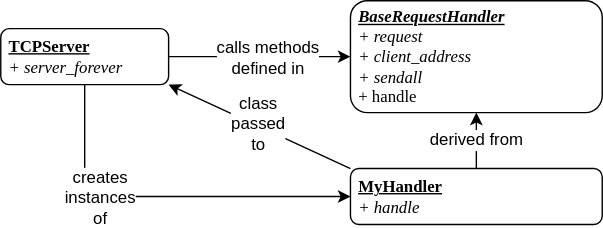
The draw.io diagram docs/ftp/inheritance.svg in gvwilson/sdxpy, before a commit. Source tidied: cells renumbered, new cells last; positions are measured from the earlier drawing's top-left corner, leaving out a move shared by most shapes. The source it was exported from:
```xml
<mxGraphModel>
  <root>
    <mxCell id="0" />
    <mxCell id="1" parent="0" />
    <mxCell id="2" value="&lt;div style=&quot;font-size: 12px;&quot;&gt;&lt;b style=&quot;font-size: 12px;&quot;&gt;&lt;u style=&quot;font-style: normal; font-size: 12px;&quot;&gt;TCPServer&lt;/u&gt;&lt;/b&gt;&lt;/div&gt;&lt;div style=&quot;font-size: 12px;&quot;&gt;&lt;span style=&quot;background-color: initial; font-size: 12px;&quot;&gt;+ server_forever&lt;/span&gt;&lt;/div&gt;" style="text;html=1;strokeColor=default;fillColor=none;align=left;verticalAlign=middle;whiteSpace=wrap;rounded=1;hachureGap=4;fontFamily=Verdana;fontSize=12;fontStyle=2;spacingLeft=4;" parent="1" vertex="1">
      <mxGeometry y="20" width="120" height="40" as="geometry" />
    </mxCell>
    <mxCell id="3" value="&lt;div style=&quot;font-size: 12px;&quot;&gt;&lt;span style=&quot;background-color: initial; font-size: 12px;&quot;&gt;&lt;b style=&quot;font-size: 12px;&quot;&gt;&lt;u style=&quot;font-size: 12px;&quot;&gt;&lt;span style=&quot;font-size: 12px;&quot;&gt;BaseRequestHandler&lt;/span&gt;&lt;/u&gt;&lt;/b&gt;&lt;/span&gt;&lt;/div&gt;&lt;div style=&quot;font-size: 12px;&quot;&gt;&lt;span style=&quot;background-color: initial; font-size: 12px;&quot;&gt;&lt;span style=&quot;font-size: 12px;&quot;&gt;+ request&lt;/span&gt;&lt;/span&gt;&lt;/div&gt;&lt;div style=&quot;font-size: 12px;&quot;&gt;&lt;span style=&quot;background-color: initial; font-size: 12px;&quot;&gt;&lt;span style=&quot;font-size: 12px;&quot;&gt;+ client_address&lt;/span&gt;&lt;/span&gt;&lt;/div&gt;&lt;div style=&quot;font-size: 12px;&quot;&gt;&lt;span style=&quot;background-color: initial; font-size: 12px;&quot;&gt;&lt;span style=&quot;font-size: 12px;&quot;&gt;+ sendall&lt;/span&gt;&lt;/span&gt;&lt;/div&gt;&lt;div style=&quot;font-size: 12px;&quot;&gt;&lt;span style=&quot;font-style: normal;&quot;&gt;+ handle&lt;/span&gt;&lt;/div&gt;" style="text;html=1;strokeColor=default;fillColor=none;align=left;verticalAlign=middle;whiteSpace=wrap;rounded=1;hachureGap=4;fontFamily=Verdana;fontSize=12;fontStyle=2;spacingLeft=4;" parent="1" vertex="1">
      <mxGeometry x="250" width="180" height="80" as="geometry" />
    </mxCell>
    <mxCell id="4" value="&lt;div style=&quot;font-size: 12px;&quot;&gt;&lt;span style=&quot;background-color: initial; font-size: 12px;&quot;&gt;&lt;b style=&quot;font-size: 12px;&quot;&gt;&lt;u style=&quot;font-size: 12px;&quot;&gt;&lt;span style=&quot;font-size: 12px; font-style: normal;&quot;&gt;MyHandler&lt;/span&gt;&lt;/u&gt;&lt;/b&gt;&lt;/span&gt;&lt;/div&gt;&lt;div style=&quot;font-size: 12px;&quot;&gt;&lt;span style=&quot;background-color: initial;&quot;&gt;+ handle&lt;/span&gt;&lt;br&gt;&lt;/div&gt;" style="text;html=1;strokeColor=default;fillColor=none;align=left;verticalAlign=middle;whiteSpace=wrap;rounded=1;hachureGap=4;fontFamily=Verdana;fontSize=12;fontStyle=2;spacingLeft=4;" parent="1" vertex="1">
      <mxGeometry x="250" y="120" width="180" height="40" as="geometry" />
    </mxCell>
    <mxCell id="5" value="&lt;font style=&quot;font-size: 12px;&quot;&gt;derived from&lt;/font&gt;" style="endArrow=classic;html=1;rounded=0;exitX=0.5;exitY=0;exitDx=0;exitDy=0;entryX=0.5;entryY=1;entryDx=0;entryDy=0;" parent="1" edge="1" source="4" target="3">
      <mxGeometry relative="1" as="geometry" />
    </mxCell>
    <mxCell id="6" style="endArrow=classic;html=1;rounded=0;exitX=1;exitY=0.5;exitDx=0;exitDy=0;entryX=0;entryY=0.5;entryDx=0;entryDy=0;" parent="1" edge="1" source="2" target="3">
      <mxGeometry relative="1" as="geometry" />
    </mxCell>
    <mxCell id="7" value="&lt;font style=&quot;font-size: 12px;&quot;&gt;calls methods&lt;br&gt;defined in&lt;/font&gt;" style="edgeLabel;html=1;align=center;verticalAlign=middle;" parent="6" vertex="1">
      <mxGeometry x="0.07" y="-2" relative="1" as="geometry">
        <mxPoint y="-2" as="offset" />
      </mxGeometry>
    </mxCell>
    <mxCell id="8" style="endArrow=classic;html=1;rounded=0;entryX=1;entryY=1;entryDx=0;entryDy=0;exitX=0;exitY=0;exitDx=0;exitDy=0;" parent="1" edge="1" source="4" target="2">
      <mxGeometry relative="1" as="geometry" />
    </mxCell>
    <mxCell id="9" value="&lt;font style=&quot;font-size: 12px;&quot;&gt;class&lt;br&gt;passed&lt;br&gt;to&lt;/font&gt;" style="edgeLabel;html=1;align=center;verticalAlign=middle;" parent="8" vertex="1">
      <mxGeometry x="0.03" y="-2" relative="1" as="geometry" />
    </mxCell>
    <mxCell id="10" style="endArrow=classic;html=1;rounded=1;exitX=0.5;exitY=1;exitDx=0;exitDy=0;entryX=0;entryY=0.5;entryDx=0;entryDy=0;" parent="1" edge="1" source="2" target="4">
      <mxGeometry relative="1" as="geometry">
        <Array as="points">
          <mxPoint x="60" y="140" />
        </Array>
      </mxGeometry>
    </mxCell>
    <mxCell id="11" value="&lt;font style=&quot;font-size: 12px;&quot;&gt;creates&lt;br&gt;instances&lt;br&gt;of&lt;/font&gt;" style="edgeLabel;html=1;align=center;verticalAlign=middle;" parent="10" vertex="1">
      <mxGeometry x="-0.13" relative="1" as="geometry">
        <mxPoint x="-27" as="offset" />
      </mxGeometry>
    </mxCell>
  </root>
</mxGraphModel>
```
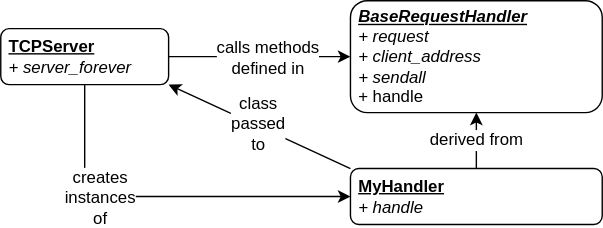
After the change.

The edit, as a diff of the source:
```diff
@@ -2,40 +2,40 @@
   <root>
     <mxCell id="0" />
     <mxCell id="1" parent="0" />
-    <mxCell id="2" value="&lt;div style=&quot;font-size: 12px;&quot;&gt;&lt;b style=&quot;font-size: 12px;&quot;&gt;&lt;u style=&quot;font-style: normal; font-size: 12px;&quot;&gt;TCPServer&lt;/u&gt;&lt;/b&gt;&lt;/div&gt;&lt;div style=&quot;font-size: 12px;&quot;&gt;&lt;span style=&quot;background-color: initial; font-size: 12px;&quot;&gt;+ server_forever&lt;/span&gt;&lt;/div&gt;" style="text;html=1;strokeColor=default;fillColor=none;align=left;verticalAlign=middle;whiteSpace=wrap;rounded=1;hachureGap=4;fontFamily=Verdana;fontSize=12;fontStyle=2;spacingLeft=4;" parent="1" vertex="1">
+    <mxCell id="2" value="&lt;div style=&quot;font-size: 12px;&quot;&gt;&lt;b style=&quot;font-size: 12px;&quot;&gt;&lt;u style=&quot;font-style: normal; font-size: 12px;&quot;&gt;TCPServer&lt;/u&gt;&lt;/b&gt;&lt;/div&gt;&lt;div style=&quot;font-size: 12px;&quot;&gt;&lt;span style=&quot;background-color: initial; font-size: 12px;&quot;&gt;+ server_forever&lt;/span&gt;&lt;/div&gt;" style="text;html=1;strokeColor=default;fillColor=none;align=left;verticalAlign=middle;whiteSpace=wrap;rounded=1;hachureGap=4;fontFamily=Helvetica;fontSize=12;fontStyle=2;spacingLeft=4;" parent="1" vertex="1">
       <mxGeometry y="20" width="120" height="40" as="geometry" />
     </mxCell>
-    <mxCell id="3" value="&lt;div style=&quot;font-size: 12px;&quot;&gt;&lt;span style=&quot;background-color: initial; font-size: 12px;&quot;&gt;&lt;b style=&quot;font-size: 12px;&quot;&gt;&lt;u style=&quot;font-size: 12px;&quot;&gt;&lt;span style=&quot;font-size: 12px;&quot;&gt;BaseRequestHandler&lt;/span&gt;&lt;/u&gt;&lt;/b&gt;&lt;/span&gt;&lt;/div&gt;&lt;div style=&quot;font-size: 12px;&quot;&gt;&lt;span style=&quot;background-color: initial; font-size: 12px;&quot;&gt;&lt;span style=&quot;font-size: 12px;&quot;&gt;+ request&lt;/span&gt;&lt;/span&gt;&lt;/div&gt;&lt;div style=&quot;font-size: 12px;&quot;&gt;&lt;span style=&quot;background-color: initial; font-size: 12px;&quot;&gt;&lt;span style=&quot;font-size: 12px;&quot;&gt;+ client_address&lt;/span&gt;&lt;/span&gt;&lt;/div&gt;&lt;div style=&quot;font-size: 12px;&quot;&gt;&lt;span style=&quot;background-color: initial; font-size: 12px;&quot;&gt;&lt;span style=&quot;font-size: 12px;&quot;&gt;+ sendall&lt;/span&gt;&lt;/span&gt;&lt;/div&gt;&lt;div style=&quot;font-size: 12px;&quot;&gt;&lt;span style=&quot;font-style: normal;&quot;&gt;+ handle&lt;/span&gt;&lt;/div&gt;" style="text;html=1;strokeColor=default;fillColor=none;align=left;verticalAlign=middle;whiteSpace=wrap;rounded=1;hachureGap=4;fontFamily=Verdana;fontSize=12;fontStyle=2;spacingLeft=4;" parent="1" vertex="1">
+    <mxCell id="3" value="&lt;div style=&quot;font-size: 12px;&quot;&gt;&lt;span style=&quot;background-color: initial; font-size: 12px;&quot;&gt;&lt;b style=&quot;font-size: 12px;&quot;&gt;&lt;u style=&quot;font-size: 12px;&quot;&gt;&lt;span style=&quot;font-size: 12px;&quot;&gt;BaseRequestHandler&lt;/span&gt;&lt;/u&gt;&lt;/b&gt;&lt;/span&gt;&lt;/div&gt;&lt;div style=&quot;font-size: 12px;&quot;&gt;&lt;span style=&quot;background-color: initial; font-size: 12px;&quot;&gt;&lt;span style=&quot;font-size: 12px;&quot;&gt;+ request&lt;/span&gt;&lt;/span&gt;&lt;/div&gt;&lt;div style=&quot;font-size: 12px;&quot;&gt;&lt;span style=&quot;background-color: initial; font-size: 12px;&quot;&gt;&lt;span style=&quot;font-size: 12px;&quot;&gt;+ client_address&lt;/span&gt;&lt;/span&gt;&lt;/div&gt;&lt;div style=&quot;font-size: 12px;&quot;&gt;&lt;span style=&quot;background-color: initial; font-size: 12px;&quot;&gt;&lt;span style=&quot;font-size: 12px;&quot;&gt;+ sendall&lt;/span&gt;&lt;/span&gt;&lt;/div&gt;&lt;div style=&quot;font-size: 12px;&quot;&gt;&lt;span style=&quot;font-style: normal; font-size: 12px;&quot;&gt;+ handle&lt;/span&gt;&lt;/div&gt;" style="text;html=1;strokeColor=default;fillColor=none;align=left;verticalAlign=middle;whiteSpace=wrap;rounded=1;hachureGap=4;fontFamily=Helvetica;fontSize=12;fontStyle=2;spacingLeft=4;" parent="1" vertex="1">
       <mxGeometry x="250" width="180" height="80" as="geometry" />
     </mxCell>
-    <mxCell id="4" value="&lt;div style=&quot;font-size: 12px;&quot;&gt;&lt;span style=&quot;background-color: initial; font-size: 12px;&quot;&gt;&lt;b style=&quot;font-size: 12px;&quot;&gt;&lt;u style=&quot;font-size: 12px;&quot;&gt;&lt;span style=&quot;font-size: 12px; font-style: normal;&quot;&gt;MyHandler&lt;/span&gt;&lt;/u&gt;&lt;/b&gt;&lt;/span&gt;&lt;/div&gt;&lt;div style=&quot;font-size: 12px;&quot;&gt;&lt;span style=&quot;background-color: initial;&quot;&gt;+ handle&lt;/span&gt;&lt;br&gt;&lt;/div&gt;" style="text;html=1;strokeColor=default;fillColor=none;align=left;verticalAlign=middle;whiteSpace=wrap;rounded=1;hachureGap=4;fontFamily=Verdana;fontSize=12;fontStyle=2;spacingLeft=4;" parent="1" vertex="1">
+    <mxCell id="4" value="&lt;div style=&quot;font-size: 12px;&quot;&gt;&lt;span style=&quot;background-color: initial; font-size: 12px;&quot;&gt;&lt;b style=&quot;font-size: 12px;&quot;&gt;&lt;u style=&quot;font-size: 12px;&quot;&gt;&lt;span style=&quot;font-size: 12px; font-style: normal;&quot;&gt;MyHandler&lt;/span&gt;&lt;/u&gt;&lt;/b&gt;&lt;/span&gt;&lt;/div&gt;&lt;div style=&quot;font-size: 12px;&quot;&gt;&lt;span style=&quot;background-color: initial; font-size: 12px;&quot;&gt;+ handle&lt;/span&gt;&lt;br style=&quot;font-size: 12px;&quot;&gt;&lt;/div&gt;" style="text;html=1;strokeColor=default;fillColor=none;align=left;verticalAlign=middle;whiteSpace=wrap;rounded=1;hachureGap=4;fontFamily=Helvetica;fontSize=12;fontStyle=2;spacingLeft=4;" parent="1" vertex="1">
       <mxGeometry x="250" y="120" width="180" height="40" as="geometry" />
     </mxCell>
-    <mxCell id="5" value="&lt;font style=&quot;font-size: 12px;&quot;&gt;derived from&lt;/font&gt;" style="endArrow=classic;html=1;rounded=0;exitX=0.5;exitY=0;exitDx=0;exitDy=0;entryX=0.5;entryY=1;entryDx=0;entryDy=0;" parent="1" edge="1" source="4" target="3">
+    <mxCell id="5" value="&lt;font style=&quot;font-size: 12px;&quot;&gt;derived from&lt;/font&gt;" style="endArrow=classic;html=1;rounded=0;exitX=0.5;exitY=0;exitDx=0;exitDy=0;entryX=0.5;entryY=1;entryDx=0;entryDy=0;fontFamily=Helvetica;fontSize=12;" parent="1" edge="1" source="4" target="3">
       <mxGeometry relative="1" as="geometry" />
     </mxCell>
-    <mxCell id="6" style="endArrow=classic;html=1;rounded=0;exitX=1;exitY=0.5;exitDx=0;exitDy=0;entryX=0;entryY=0.5;entryDx=0;entryDy=0;" parent="1" edge="1" source="2" target="3">
+    <mxCell id="6" style="endArrow=classic;html=1;rounded=0;exitX=1;exitY=0.5;exitDx=0;exitDy=0;entryX=0;entryY=0.5;entryDx=0;entryDy=0;fontFamily=Helvetica;fontSize=12;" parent="1" edge="1" source="2" target="3">
       <mxGeometry relative="1" as="geometry" />
     </mxCell>
-    <mxCell id="7" value="&lt;font style=&quot;font-size: 12px;&quot;&gt;calls methods&lt;br&gt;defined in&lt;/font&gt;" style="edgeLabel;html=1;align=center;verticalAlign=middle;" parent="6" vertex="1">
+    <mxCell id="7" value="&lt;font style=&quot;font-size: 12px;&quot;&gt;calls methods&lt;br style=&quot;font-size: 12px;&quot;&gt;defined in&lt;/font&gt;" style="edgeLabel;html=1;align=center;verticalAlign=middle;fontFamily=Helvetica;fontSize=12;" parent="6" vertex="1">
       <mxGeometry x="0.07" y="-2" relative="1" as="geometry">
         <mxPoint y="-2" as="offset" />
       </mxGeometry>
     </mxCell>
-    <mxCell id="8" style="endArrow=classic;html=1;rounded=0;entryX=1;entryY=1;entryDx=0;entryDy=0;exitX=0;exitY=0;exitDx=0;exitDy=0;" parent="1" edge="1" source="4" target="2">
+    <mxCell id="8" style="endArrow=classic;html=1;rounded=0;entryX=1;entryY=1;entryDx=0;entryDy=0;exitX=0;exitY=0;exitDx=0;exitDy=0;fontFamily=Helvetica;fontSize=12;" parent="1" edge="1" source="4" target="2">
       <mxGeometry relative="1" as="geometry" />
     </mxCell>
-    <mxCell id="9" value="&lt;font style=&quot;font-size: 12px;&quot;&gt;class&lt;br&gt;passed&lt;br&gt;to&lt;/font&gt;" style="edgeLabel;html=1;align=center;verticalAlign=middle;" parent="8" vertex="1">
+    <mxCell id="9" value="&lt;font style=&quot;font-size: 12px;&quot;&gt;class&lt;br style=&quot;font-size: 12px;&quot;&gt;passed&lt;br style=&quot;font-size: 12px;&quot;&gt;to&lt;/font&gt;" style="edgeLabel;html=1;align=center;verticalAlign=middle;fontFamily=Helvetica;fontSize=12;" parent="8" vertex="1">
       <mxGeometry x="0.03" y="-2" relative="1" as="geometry" />
     </mxCell>
-    <mxCell id="10" style="endArrow=classic;html=1;rounded=1;exitX=0.5;exitY=1;exitDx=0;exitDy=0;entryX=0;entryY=0.5;entryDx=0;entryDy=0;" parent="1" edge="1" source="2" target="4">
+    <mxCell id="10" style="endArrow=classic;html=1;rounded=1;exitX=0.5;exitY=1;exitDx=0;exitDy=0;entryX=0;entryY=0.5;entryDx=0;entryDy=0;fontFamily=Helvetica;fontSize=12;" parent="1" edge="1" source="2" target="4">
       <mxGeometry relative="1" as="geometry">
         <Array as="points">
           <mxPoint x="60" y="140" />
         </Array>
       </mxGeometry>
     </mxCell>
-    <mxCell id="11" value="&lt;font style=&quot;font-size: 12px;&quot;&gt;creates&lt;br&gt;instances&lt;br&gt;of&lt;/font&gt;" style="edgeLabel;html=1;align=center;verticalAlign=middle;" parent="10" vertex="1">
+    <mxCell id="11" value="&lt;font style=&quot;font-size: 12px;&quot;&gt;creates&lt;br style=&quot;font-size: 12px;&quot;&gt;instances&lt;br style=&quot;font-size: 12px;&quot;&gt;of&lt;/font&gt;" style="edgeLabel;html=1;align=center;verticalAlign=middle;fontFamily=Helvetica;fontSize=12;" parent="10" vertex="1">
       <mxGeometry x="-0.13" relative="1" as="geometry">
         <mxPoint x="-27" as="offset" />
       </mxGeometry>
```
